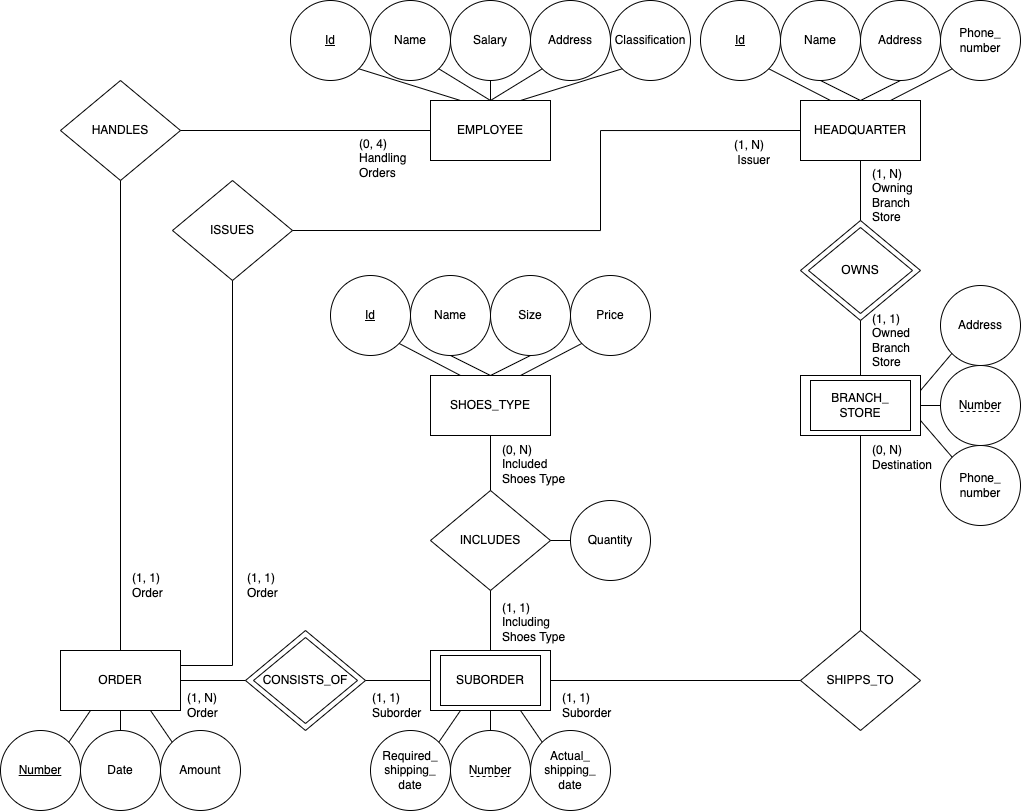
This is master-notes/BU/579/labs/1/MET CS579.drawio.png from SiegeSailor/vault-personal, a draw.io export, as it was before one commit. Source tidied: cells renumbered, new cells last; positions are measured from the earlier drawing's top-left corner, leaving out a move shared by most shapes.
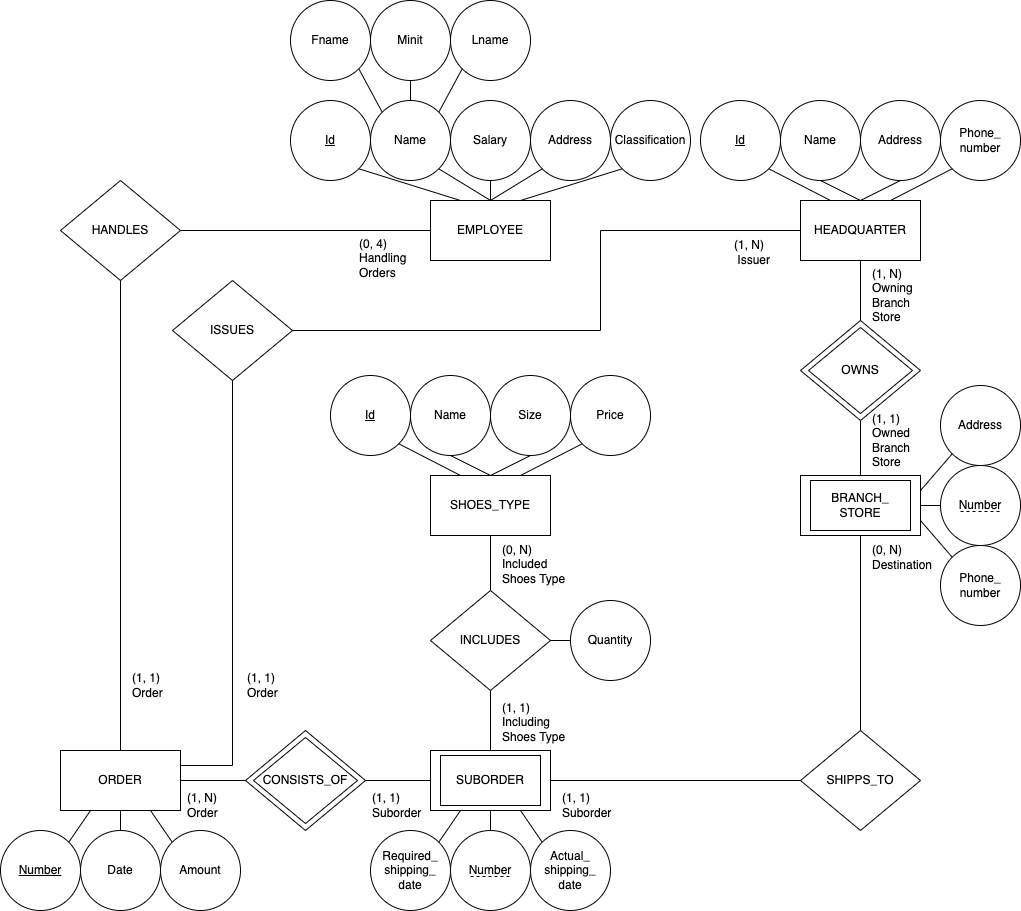
The same diagram one commit later.

Change to the diagram source:
```diff
@@ -281,5 +281,23 @@
         <mxPoint x="1000" y="411" as="targetPoint" />
       </mxGeometry>
     </mxCell>
+    <mxCell id="90" value="Minit" style="ellipse;whiteSpace=wrap;html=1;" parent="1" vertex="1">
+      <mxGeometry x="370" y="-100" width="80" height="80" as="geometry" />
+    </mxCell>
+    <mxCell id="91" value="Lname" style="ellipse;whiteSpace=wrap;html=1;" parent="1" vertex="1">
+      <mxGeometry x="450" y="-100" width="80" height="80" as="geometry" />
+    </mxCell>
+    <mxCell id="92" style="rounded=0;jettySize=auto;html=1;exitX=1;exitY=1;exitDx=0;exitDy=0;entryX=0;entryY=0;entryDx=0;entryDy=0;endArrow=none;endFill=0;" parent="1" edge="1" source="93" target="10">
+      <mxGeometry relative="1" as="geometry" />
+    </mxCell>
+    <mxCell id="93" value="Fname" style="ellipse;whiteSpace=wrap;html=1;" parent="1" vertex="1">
+      <mxGeometry x="290" y="-100" width="80" height="80" as="geometry" />
+    </mxCell>
+    <mxCell id="94" style="endArrow=none;html=1;rounded=0;entryX=0.5;entryY=1;entryDx=0;entryDy=0;exitX=0.5;exitY=0;exitDx=0;exitDy=0;" parent="1" edge="1" source="10" target="90">
+      <mxGeometry relative="1" as="geometry" />
+    </mxCell>
+    <mxCell id="95" style="endArrow=none;html=1;rounded=0;entryX=0;entryY=1;entryDx=0;entryDy=0;exitX=1;exitY=0;exitDx=0;exitDy=0;" parent="1" edge="1" source="10" target="91">
+      <mxGeometry relative="1" as="geometry" />
+    </mxCell>
   </root>
 </mxGraphModel>
```
